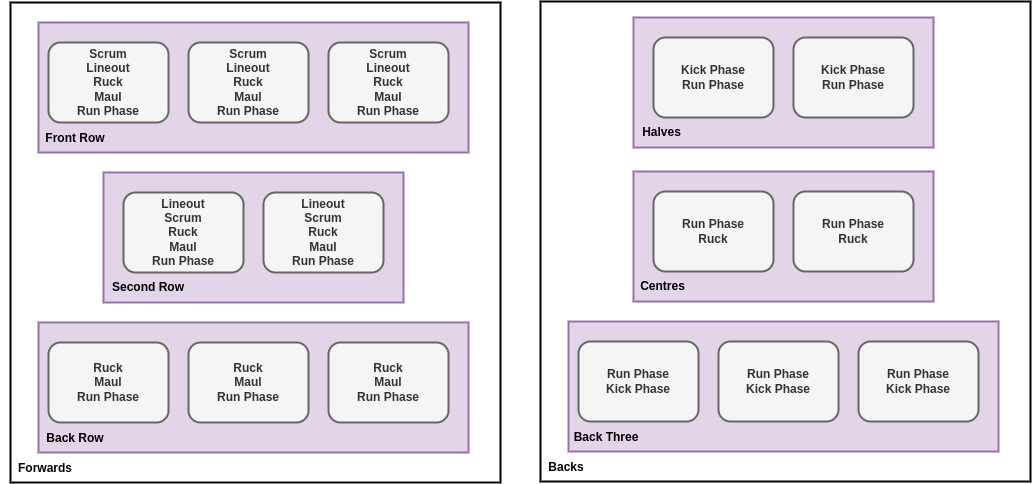
umbralcalc/worlds-of-observation keeps this draw.io diagram as images/rugby-player-abilities.drawio.png. Above is the earlier version. Source tidied: cells renumbered, new cells last; positions are measured from the earlier drawing's top-left corner, leaving out a move shared by most shapes.
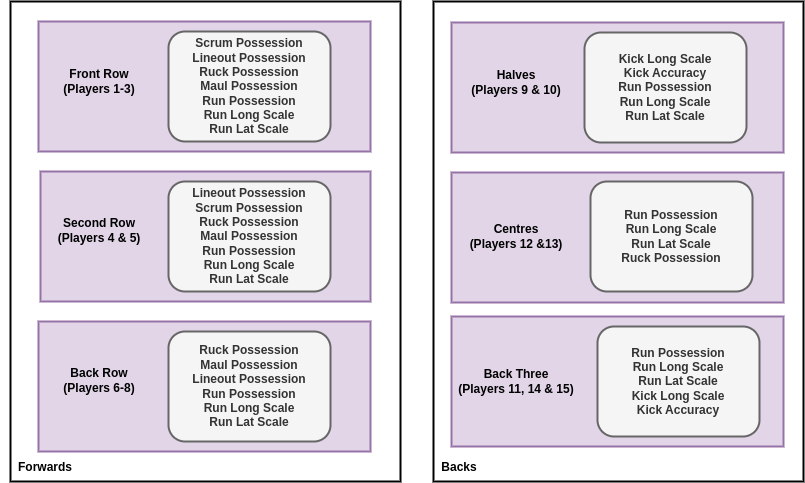
After the change.

Commit message:
changed the types of attribute written on the diagram to make it more clear

Change to the diagram source:
```diff
@@ -3,97 +3,70 @@
     <mxCell id="0" />
     <mxCell id="1" parent="0" />
     <mxCell id="2" style="rounded=0;whiteSpace=wrap;html=1;strokeWidth=2;" parent="1" vertex="1">
-      <mxGeometry x="10" y="1" width="490" height="480" as="geometry" />
+      <mxGeometry x="10" y="1" width="390" height="480" as="geometry" />
     </mxCell>
     <mxCell id="3" style="rounded=0;whiteSpace=wrap;html=1;fillColor=#e1d5e7;strokeColor=#9673a6;strokeWidth=2;" parent="1" vertex="1">
-      <mxGeometry x="38" y="21" width="430" height="130" as="geometry" />
+      <mxGeometry x="38" y="21" width="332" height="130" as="geometry" />
     </mxCell>
-    <mxCell id="4" value="&lt;b&gt;Front Row&lt;/b&gt;" style="text;html=1;strokeColor=none;fillColor=none;align=center;verticalAlign=middle;whiteSpace=wrap;rounded=0;" parent="1" vertex="1">
-      <mxGeometry x="30" y="122" width="90" height="30" as="geometry" />
+    <mxCell id="4" value="&lt;b&gt;Front Row (Players 1-3)&lt;/b&gt;" style="text;html=1;strokeColor=none;fillColor=none;align=center;verticalAlign=middle;whiteSpace=wrap;rounded=0;" parent="1" vertex="1">
+      <mxGeometry x="54" y="66" width="90" height="30" as="geometry" />
     </mxCell>
-    <mxCell id="5" value="&lt;b style=&quot;border-color: var(--border-color);&quot;&gt;Scrum&lt;br style=&quot;border-color: var(--border-color);&quot;&gt;Lineout&lt;br style=&quot;border-color: var(--border-color);&quot;&gt;Ruck&lt;br style=&quot;border-color: var(--border-color);&quot;&gt;Maul&lt;br&gt;&lt;/b&gt;&lt;b&gt;Run Phase&lt;br&gt;&lt;/b&gt;" style="rounded=1;whiteSpace=wrap;html=1;strokeWidth=2;fillColor=#f5f5f5;strokeColor=#666666;fontColor=#333333;" parent="1" vertex="1">
-      <mxGeometry x="48" y="41" width="120" height="80" as="geometry" />
+    <mxCell id="5" value="&lt;b style=&quot;border-color: var(--border-color);&quot;&gt;Scrum Possession&lt;br style=&quot;border-color: var(--border-color);&quot;&gt;Lineout Possession&lt;br style=&quot;border-color: var(--border-color);&quot;&gt;Ruck Possession&lt;br style=&quot;border-color: var(--border-color);&quot;&gt;Maul Possession&lt;br&gt;&lt;/b&gt;&lt;b&gt;Run Possession&lt;br&gt;Run Long Scale&lt;br&gt;Run Lat Scale&lt;br&gt;&lt;/b&gt;" style="rounded=1;whiteSpace=wrap;html=1;strokeWidth=2;fillColor=#f5f5f5;strokeColor=#666666;fontColor=#333333;" parent="1" vertex="1">
+      <mxGeometry x="168" y="31" width="162" height="110" as="geometry" />
     </mxCell>
-    <mxCell id="6" value="&lt;b style=&quot;border-color: var(--border-color);&quot;&gt;&lt;b style=&quot;border-color: var(--border-color);&quot;&gt;Scrum&lt;br style=&quot;border-color: var(--border-color);&quot;&gt;Lineout&lt;br style=&quot;border-color: var(--border-color);&quot;&gt;Ruck&lt;br style=&quot;border-color: var(--border-color);&quot;&gt;Maul&lt;br&gt;&lt;/b&gt;Run Phase&lt;br&gt;&lt;/b&gt;" style="rounded=1;whiteSpace=wrap;html=1;strokeWidth=2;fillColor=#f5f5f5;strokeColor=#666666;fontColor=#333333;" parent="1" vertex="1">
-      <mxGeometry x="188" y="41" width="120" height="80" as="geometry" />
-    </mxCell>
-    <mxCell id="7" value="&lt;b style=&quot;border-color: var(--border-color);&quot;&gt;&lt;b style=&quot;border-color: var(--border-color);&quot;&gt;Scrum&lt;br style=&quot;border-color: var(--border-color);&quot;&gt;Lineout&lt;br style=&quot;border-color: var(--border-color);&quot;&gt;Ruck&lt;br style=&quot;border-color: var(--border-color);&quot;&gt;Maul&lt;br&gt;&lt;/b&gt;Run Phase&lt;br&gt;&lt;/b&gt;" style="rounded=1;whiteSpace=wrap;html=1;strokeWidth=2;fillColor=#f5f5f5;strokeColor=#666666;fontColor=#333333;" parent="1" vertex="1">
-      <mxGeometry x="328" y="41" width="120" height="80" as="geometry" />
-    </mxCell>
     <mxCell id="8" style="rounded=0;whiteSpace=wrap;html=1;fillColor=#e1d5e7;strokeColor=#9673a6;strokeWidth=2;" parent="1" vertex="1">
-      <mxGeometry x="103" y="171" width="300" height="130" as="geometry" />
+      <mxGeometry x="40" y="171" width="330" height="130" as="geometry" />
     </mxCell>
-    <mxCell id="9" value="&lt;b&gt;Second Row&lt;/b&gt;" style="text;html=1;strokeColor=none;fillColor=none;align=center;verticalAlign=middle;whiteSpace=wrap;rounded=0;" parent="1" vertex="1">
-      <mxGeometry x="103" y="271" width="90" height="30" as="geometry" />
+    <mxCell id="9" value="&lt;b&gt;Second Row&lt;br&gt;(Players 4 &amp;amp; 5)&lt;br&gt;&lt;/b&gt;" style="text;html=1;strokeColor=none;fillColor=none;align=center;verticalAlign=middle;whiteSpace=wrap;rounded=0;" parent="1" vertex="1">
+      <mxGeometry x="54" y="215" width="90" height="30" as="geometry" />
     </mxCell>
-    <mxCell id="10" value="&lt;b style=&quot;border-color: var(--border-color);&quot;&gt;&lt;b style=&quot;border-color: var(--border-color);&quot;&gt;&lt;b style=&quot;border-color: var(--border-color);&quot;&gt;&lt;b style=&quot;border-color: var(--border-color);&quot;&gt;Lineout&lt;br style=&quot;border-color: var(--border-color);&quot;&gt;&lt;/b&gt;&lt;/b&gt;Scrum&lt;br style=&quot;border-color: var(--border-color);&quot;&gt;Ruck&lt;br style=&quot;border-color: var(--border-color);&quot;&gt;Maul&lt;br&gt;&lt;/b&gt;Run Phase&lt;br&gt;&lt;/b&gt;" style="rounded=1;whiteSpace=wrap;html=1;strokeWidth=2;fillColor=#f5f5f5;strokeColor=#666666;fontColor=#333333;" parent="1" vertex="1">
-      <mxGeometry x="123" y="191" width="120" height="80" as="geometry" />
-    </mxCell>
-    <mxCell id="11" value="&lt;b style=&quot;border-color: var(--border-color);&quot;&gt;&lt;b style=&quot;border-color: var(--border-color);&quot;&gt;&lt;b style=&quot;border-color: var(--border-color);&quot;&gt;&lt;b style=&quot;border-color: var(--border-color);&quot;&gt;&lt;b style=&quot;border-color: var(--border-color);&quot;&gt;Lineout&lt;br style=&quot;border-color: var(--border-color);&quot;&gt;&lt;/b&gt;&lt;/b&gt;Scrum&lt;br style=&quot;border-color: var(--border-color);&quot;&gt;Ruck&lt;br style=&quot;border-color: var(--border-color);&quot;&gt;Maul&lt;br&gt;&lt;/b&gt;&lt;/b&gt;Run Phase&lt;br&gt;&lt;/b&gt;" style="rounded=1;whiteSpace=wrap;html=1;strokeWidth=2;fillColor=#f5f5f5;strokeColor=#666666;fontColor=#333333;" parent="1" vertex="1">
-      <mxGeometry x="263" y="191" width="120" height="80" as="geometry" />
-    </mxCell>
     <mxCell id="12" style="rounded=0;whiteSpace=wrap;html=1;fillColor=#e1d5e7;strokeColor=#9673a6;strokeWidth=2;" parent="1" vertex="1">
-      <mxGeometry x="38" y="321" width="430" height="130" as="geometry" />
+      <mxGeometry x="38" y="321" width="332" height="130" as="geometry" />
     </mxCell>
-    <mxCell id="13" value="&lt;b&gt;Back Row&lt;/b&gt;" style="text;html=1;strokeColor=none;fillColor=none;align=center;verticalAlign=middle;whiteSpace=wrap;rounded=0;" parent="1" vertex="1">
-      <mxGeometry x="30" y="422" width="90" height="30" as="geometry" />
+    <mxCell id="13" value="&lt;b&gt;Back Row&lt;br&gt;(Players 6-8)&lt;br&gt;&lt;/b&gt;" style="text;html=1;strokeColor=none;fillColor=none;align=center;verticalAlign=middle;whiteSpace=wrap;rounded=0;" parent="1" vertex="1">
+      <mxGeometry x="54" y="365" width="90" height="30" as="geometry" />
     </mxCell>
-    <mxCell id="14" value="&lt;b style=&quot;border-color: var(--border-color);&quot;&gt;Ruck&lt;br&gt;Maul&lt;br&gt;Run Phase&lt;br&gt;&lt;/b&gt;" style="rounded=1;whiteSpace=wrap;html=1;strokeWidth=2;fillColor=#f5f5f5;strokeColor=#666666;fontColor=#333333;" parent="1" vertex="1">
-      <mxGeometry x="48" y="341" width="120" height="80" as="geometry" />
-    </mxCell>
-    <mxCell id="15" value="&lt;b style=&quot;border-color: var(--border-color);&quot;&gt;&lt;b style=&quot;border-color: var(--border-color);&quot;&gt;Ruck&lt;br style=&quot;border-color: var(--border-color);&quot;&gt;Maul&lt;br style=&quot;border-color: var(--border-color);&quot;&gt;Run Phase&lt;/b&gt;&lt;br&gt;&lt;/b&gt;" style="rounded=1;whiteSpace=wrap;html=1;strokeWidth=2;fillColor=#f5f5f5;strokeColor=#666666;fontColor=#333333;" parent="1" vertex="1">
-      <mxGeometry x="188" y="341" width="120" height="80" as="geometry" />
-    </mxCell>
-    <mxCell id="16" value="&lt;b style=&quot;border-color: var(--border-color);&quot;&gt;&lt;b style=&quot;border-color: var(--border-color);&quot;&gt;Ruck&lt;br style=&quot;border-color: var(--border-color);&quot;&gt;Maul&lt;br style=&quot;border-color: var(--border-color);&quot;&gt;Run Phase&lt;/b&gt;&lt;br&gt;&lt;/b&gt;" style="rounded=1;whiteSpace=wrap;html=1;strokeWidth=2;fillColor=#f5f5f5;strokeColor=#666666;fontColor=#333333;" parent="1" vertex="1">
-      <mxGeometry x="328" y="341" width="120" height="80" as="geometry" />
-    </mxCell>
     <mxCell id="17" value="&lt;b&gt;Forwards&lt;/b&gt;" style="text;html=1;strokeColor=none;fillColor=none;align=center;verticalAlign=middle;whiteSpace=wrap;rounded=0;" parent="1" vertex="1">
       <mxGeometry y="452" width="90" height="30" as="geometry" />
     </mxCell>
     <mxCell id="18" style="rounded=0;whiteSpace=wrap;html=1;strokeWidth=2;" parent="1" vertex="1">
-      <mxGeometry x="540" width="490" height="480" as="geometry" />
+      <mxGeometry x="433" y="1" width="370" height="480" as="geometry" />
     </mxCell>
     <mxCell id="19" style="rounded=0;whiteSpace=wrap;html=1;fillColor=#e1d5e7;strokeColor=#9673a6;strokeWidth=2;" parent="1" vertex="1">
-      <mxGeometry x="633" y="170" width="300" height="130" as="geometry" />
+      <mxGeometry x="451" y="172" width="332" height="130" as="geometry" />
     </mxCell>
-    <mxCell id="20" value="&lt;b&gt;Centres&lt;/b&gt;" style="text;html=1;strokeColor=none;fillColor=none;align=center;verticalAlign=middle;whiteSpace=wrap;rounded=0;" parent="1" vertex="1">
-      <mxGeometry x="634" y="270" width="57" height="30" as="geometry" />
+    <mxCell id="20" value="&lt;b&gt;Centres&lt;br&gt;(Players 12 &amp;amp;13)&lt;br&gt;&lt;/b&gt;" style="text;html=1;strokeColor=none;fillColor=none;align=center;verticalAlign=middle;whiteSpace=wrap;rounded=0;" parent="1" vertex="1">
+      <mxGeometry x="463" y="220.5" width="106" height="31" as="geometry" />
     </mxCell>
-    <mxCell id="21" value="&lt;b style=&quot;border-color: var(--border-color);&quot;&gt;Run Phase&lt;br&gt;Ruck&lt;br&gt;&lt;/b&gt;" style="rounded=1;whiteSpace=wrap;html=1;strokeWidth=2;fillColor=#f5f5f5;strokeColor=#666666;fontColor=#333333;" parent="1" vertex="1">
-      <mxGeometry x="653" y="190" width="120" height="80" as="geometry" />
-    </mxCell>
-    <mxCell id="22" value="&lt;b style=&quot;border-color: var(--border-color);&quot;&gt;&lt;b style=&quot;border-color: var(--border-color);&quot;&gt;Run Phase&lt;br style=&quot;border-color: var(--border-color);&quot;&gt;Ruck&lt;/b&gt;&lt;br&gt;&lt;/b&gt;" style="rounded=1;whiteSpace=wrap;html=1;strokeWidth=2;fillColor=#f5f5f5;strokeColor=#666666;fontColor=#333333;" parent="1" vertex="1">
-      <mxGeometry x="793" y="190" width="120" height="80" as="geometry" />
-    </mxCell>
     <mxCell id="23" style="rounded=0;whiteSpace=wrap;html=1;fillColor=#e1d5e7;strokeColor=#9673a6;strokeWidth=2;" parent="1" vertex="1">
-      <mxGeometry x="568" y="320" width="430" height="130" as="geometry" />
+      <mxGeometry x="451" y="316" width="332" height="130" as="geometry" />
     </mxCell>
-    <mxCell id="24" value="&lt;b&gt;Back Three&lt;/b&gt;" style="text;html=1;strokeColor=none;fillColor=none;align=center;verticalAlign=middle;whiteSpace=wrap;rounded=0;" parent="1" vertex="1">
-      <mxGeometry x="561" y="421" width="90" height="30" as="geometry" />
+    <mxCell id="24" value="&lt;b&gt;Back Three&lt;br&gt;(Players 11, 14 &amp;amp; 15)&lt;br&gt;&lt;/b&gt;" style="text;html=1;strokeColor=none;fillColor=none;align=center;verticalAlign=middle;whiteSpace=wrap;rounded=0;" parent="1" vertex="1">
+      <mxGeometry x="456" y="366" width="120" height="30" as="geometry" />
     </mxCell>
-    <mxCell id="25" value="&lt;b style=&quot;border-color: var(--border-color);&quot;&gt;Run Phase&lt;br&gt;&lt;/b&gt;&lt;b&gt;Kick Phase&lt;br&gt;&lt;/b&gt;" style="rounded=1;whiteSpace=wrap;html=1;strokeWidth=2;fillColor=#f5f5f5;strokeColor=#666666;fontColor=#333333;" parent="1" vertex="1">
-      <mxGeometry x="578" y="340" width="120" height="80" as="geometry" />
-    </mxCell>
-    <mxCell id="26" value="&lt;b style=&quot;border-color: var(--border-color);&quot;&gt;Run Phase&lt;br style=&quot;border-color: var(--border-color);&quot;&gt;&lt;/b&gt;&lt;b style=&quot;border-color: var(--border-color);&quot;&gt;Kick Phase&lt;/b&gt;" style="rounded=1;whiteSpace=wrap;html=1;strokeWidth=2;fillColor=#f5f5f5;strokeColor=#666666;fontColor=#333333;" parent="1" vertex="1">
-      <mxGeometry x="718" y="340" width="120" height="80" as="geometry" />
-    </mxCell>
-    <mxCell id="27" value="&lt;b style=&quot;border-color: var(--border-color);&quot;&gt;Run Phase&lt;br style=&quot;border-color: var(--border-color);&quot;&gt;&lt;/b&gt;&lt;b style=&quot;border-color: var(--border-color);&quot;&gt;Kick Phase&lt;/b&gt;" style="rounded=1;whiteSpace=wrap;html=1;strokeWidth=2;fillColor=#f5f5f5;strokeColor=#666666;fontColor=#333333;" parent="1" vertex="1">
-      <mxGeometry x="858" y="340" width="120" height="80" as="geometry" />
-    </mxCell>
     <mxCell id="28" value="&lt;b&gt;Backs&lt;/b&gt;" style="text;html=1;strokeColor=none;fillColor=none;align=center;verticalAlign=middle;whiteSpace=wrap;rounded=0;" parent="1" vertex="1">
-      <mxGeometry x="521" y="451" width="90" height="30" as="geometry" />
+      <mxGeometry x="414" y="452" width="90" height="30" as="geometry" />
     </mxCell>
     <mxCell id="29" style="rounded=0;whiteSpace=wrap;html=1;fillColor=#e1d5e7;strokeColor=#9673a6;strokeWidth=2;" parent="1" vertex="1">
-      <mxGeometry x="633" y="16" width="300" height="130" as="geometry" />
+      <mxGeometry x="451" y="22" width="332" height="130" as="geometry" />
     </mxCell>
-    <mxCell id="30" value="&lt;b&gt;Halves&lt;/b&gt;" style="text;html=1;strokeColor=none;fillColor=none;align=center;verticalAlign=middle;whiteSpace=wrap;rounded=0;" parent="1" vertex="1">
-      <mxGeometry x="633" y="116" width="57" height="30" as="geometry" />
+    <mxCell id="30" value="&lt;b&gt;Halves&lt;br&gt;(Players 9 &amp;amp; 10)&lt;br&gt;&lt;/b&gt;" style="text;html=1;strokeColor=none;fillColor=none;align=center;verticalAlign=middle;whiteSpace=wrap;rounded=0;" parent="1" vertex="1">
+      <mxGeometry x="469" y="67" width="94" height="30" as="geometry" />
     </mxCell>
-    <mxCell id="31" value="&lt;b&gt;Kick Phase&lt;br&gt;Run Phase&lt;/b&gt;" style="rounded=1;whiteSpace=wrap;html=1;strokeWidth=2;fillColor=#f5f5f5;strokeColor=#666666;fontColor=#333333;" parent="1" vertex="1">
-      <mxGeometry x="653" y="36" width="120" height="80" as="geometry" />
-    </mxCell>
-    <mxCell id="32" value="&lt;b style=&quot;border-color: var(--border-color);&quot;&gt;Kick Phase&lt;br style=&quot;border-color: var(--border-color);&quot;&gt;Run Phase&lt;/b&gt;&lt;b&gt;&lt;br&gt;&lt;/b&gt;" style="rounded=1;whiteSpace=wrap;html=1;strokeWidth=2;fillColor=#f5f5f5;strokeColor=#666666;fontColor=#333333;" parent="1" vertex="1">
-      <mxGeometry x="793" y="36" width="120" height="80" as="geometry" />
-    </mxCell>
+    <mxCell id="33" value="&lt;b style=&quot;border-color: var(--border-color);&quot;&gt;&lt;b style=&quot;border-color: var(--border-color);&quot;&gt;Lineout Possession&lt;/b&gt;&lt;br&gt;Scrum Possession&lt;br style=&quot;border-color: var(--border-color);&quot;&gt;Ruck Possession&lt;br style=&quot;border-color: var(--border-color);&quot;&gt;Maul Possession&lt;br&gt;&lt;/b&gt;&lt;b&gt;Run Possession&lt;br&gt;Run Long Scale&lt;br&gt;Run Lat Scale&lt;br&gt;&lt;/b&gt;" style="rounded=1;whiteSpace=wrap;html=1;strokeWidth=2;fillColor=#f5f5f5;strokeColor=#666666;fontColor=#333333;" parent="1" vertex="1">
+      <mxGeometry x="168" y="181" width="162" height="110" as="geometry" />
+    </mxCell>
+    <mxCell id="34" value="&lt;b style=&quot;border-color: var(--border-color);&quot;&gt;Ruck Possession&lt;br style=&quot;border-color: var(--border-color);&quot;&gt;Maul Possession&lt;br&gt;&lt;b style=&quot;border-color: var(--border-color);&quot;&gt;&lt;b style=&quot;border-color: var(--border-color);&quot;&gt;Lineout Possession&lt;/b&gt;&lt;/b&gt;&lt;br&gt;&lt;/b&gt;&lt;b&gt;Run Possession&lt;br&gt;Run Long Scale&lt;br&gt;Run Lat Scale&lt;br&gt;&lt;/b&gt;" style="rounded=1;whiteSpace=wrap;html=1;strokeWidth=2;fillColor=#f5f5f5;strokeColor=#666666;fontColor=#333333;" parent="1" vertex="1">
+      <mxGeometry x="168" y="331" width="162" height="110" as="geometry" />
+    </mxCell>
+    <mxCell id="35" value="&lt;b style=&quot;border-color: var(--border-color);&quot;&gt;Kick Long Scale&lt;br&gt;Kick Accuracy&lt;br&gt;&lt;/b&gt;&lt;b&gt;Run Possession&lt;br&gt;Run Long Scale&lt;br&gt;Run Lat Scale&lt;br&gt;&lt;/b&gt;" style="rounded=1;whiteSpace=wrap;html=1;strokeWidth=2;fillColor=#f5f5f5;strokeColor=#666666;fontColor=#333333;" parent="1" vertex="1">
+      <mxGeometry x="584" y="32" width="162" height="110" as="geometry" />
+    </mxCell>
+    <mxCell id="36" value="&lt;b&gt;Run Possession&lt;br&gt;Run Long Scale&lt;br&gt;Run Lat Scale&lt;br&gt;&lt;/b&gt;&lt;b style=&quot;border-color: var(--border-color);&quot;&gt;Ruck Possession&lt;/b&gt;&lt;b&gt;&lt;br&gt;&lt;/b&gt;" style="rounded=1;whiteSpace=wrap;html=1;strokeWidth=2;fillColor=#f5f5f5;strokeColor=#666666;fontColor=#333333;" parent="1" vertex="1">
+      <mxGeometry x="590" y="181" width="162" height="110" as="geometry" />
+    </mxCell>
+    <mxCell id="37" value="&lt;b style=&quot;border-color: var(--border-color);&quot;&gt;&lt;b style=&quot;border-color: var(--border-color);&quot;&gt;Run Possession&lt;br style=&quot;border-color: var(--border-color);&quot;&gt;Run Long Scale&lt;br style=&quot;border-color: var(--border-color);&quot;&gt;Run Lat Scale&lt;/b&gt;&lt;br&gt;Kick Long Scale&lt;br&gt;Kick Accuracy&lt;/b&gt;&lt;b&gt;&lt;br&gt;&lt;/b&gt;" style="rounded=1;whiteSpace=wrap;html=1;strokeWidth=2;fillColor=#f5f5f5;strokeColor=#666666;fontColor=#333333;" parent="1" vertex="1">
+      <mxGeometry x="597" y="326" width="162" height="110" as="geometry" />
+    </mxCell>
   </root>
 </mxGraphModel>
```
